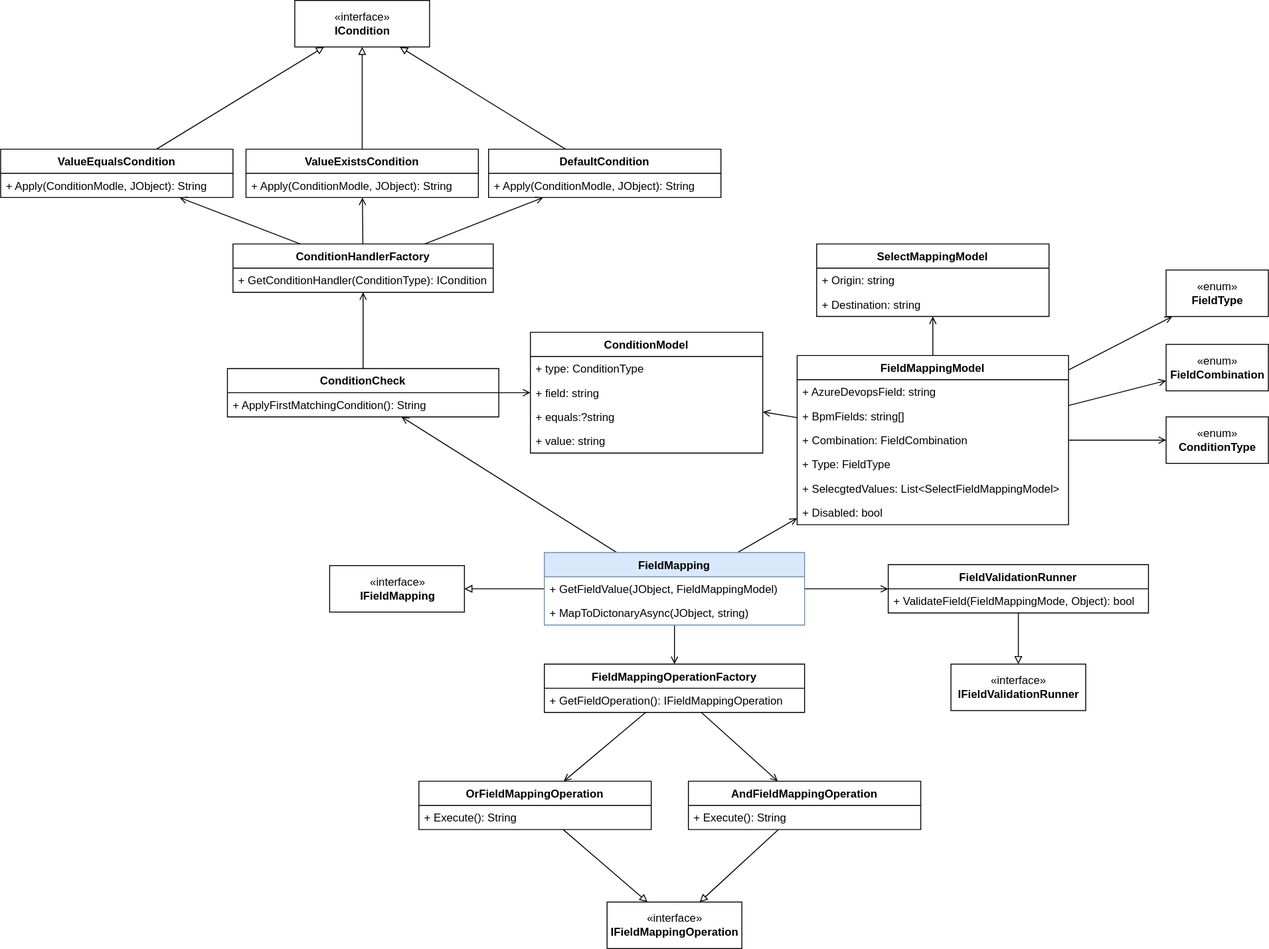
buhlergroup/data-mapper-dotnet keeps this draw.io diagram as docs/l4-code.dio.svg. Above is the earlier version. Source tidied: cells renumbered, new cells last; positions are measured from the earlier drawing's top-left corner, leaving out a move shared by most shapes. Source of this version:
```xml
<mxGraphModel>
  <root>
    <mxCell id="0" />
    <mxCell id="1" parent="0" />
    <mxCell id="2" value="«interface»&lt;br&gt;&lt;b&gt;IFieldMappingOperation&lt;/b&gt;" style="html=1;" parent="1" vertex="1">
      <mxGeometry x="652.5" y="970" width="145" height="50" as="geometry" />
    </mxCell>
    <mxCell id="3" style="edgeStyle=none;rounded=0;jettySize=auto;html=1;endArrow=open;endFill=0;" parent="1" edge="1" source="5" target="8">
      <mxGeometry relative="1" as="geometry" />
    </mxCell>
    <mxCell id="4" style="edgeStyle=none;rounded=0;jettySize=auto;html=1;endArrow=open;endFill=0;" parent="1" edge="1" source="5" target="11">
      <mxGeometry relative="1" as="geometry" />
    </mxCell>
    <mxCell id="5" value="FieldMappingOperationFactory" style="swimlane;fontStyle=1;align=center;verticalAlign=top;horizontal=1;startSize=26;" parent="1" vertex="1">
      <mxGeometry x="585" y="714" width="280" height="52" as="geometry" />
    </mxCell>
    <mxCell id="6" value="+ GetFieldOperation(): IFieldMappingOperation" style="text;strokeColor=none;fillColor=none;align=left;verticalAlign=top;spacingLeft=4;spacingRight=4;overflow=hidden;" parent="5" vertex="1">
      <mxGeometry y="26" width="280" height="26" as="geometry" />
    </mxCell>
    <mxCell id="7" style="rounded=0;jettySize=auto;html=1;endArrow=block;endFill=0;" parent="1" edge="1" source="8" target="2">
      <mxGeometry relative="1" as="geometry" />
    </mxCell>
    <mxCell id="8" value="AndFieldMappingOperation" style="swimlane;fontStyle=1;align=center;verticalAlign=top;horizontal=1;startSize=26;" parent="1" vertex="1">
      <mxGeometry x="740" y="840" width="250" height="52" as="geometry" />
    </mxCell>
    <mxCell id="9" value="+ Execute(): String" style="text;strokeColor=none;fillColor=none;align=left;verticalAlign=top;spacingLeft=4;spacingRight=4;overflow=hidden;" parent="8" vertex="1">
      <mxGeometry y="26" width="250" height="26" as="geometry" />
    </mxCell>
    <mxCell id="10" style="edgeStyle=none;rounded=0;jettySize=auto;html=1;endArrow=block;endFill=0;" parent="1" edge="1" source="11" target="2">
      <mxGeometry relative="1" as="geometry" />
    </mxCell>
    <mxCell id="11" value="OrFieldMappingOperation" style="swimlane;fontStyle=1;align=center;verticalAlign=top;horizontal=1;startSize=26;" parent="1" vertex="1">
      <mxGeometry x="450" y="840" width="250" height="52" as="geometry" />
    </mxCell>
    <mxCell id="12" value="+ Execute(): String" style="text;strokeColor=none;fillColor=none;align=left;verticalAlign=top;spacingLeft=4;spacingRight=4;overflow=hidden;" parent="11" vertex="1">
      <mxGeometry y="26" width="250" height="26" as="geometry" />
    </mxCell>
    <mxCell id="13" style="rounded=0;jettySize=auto;html=1;endArrow=block;endFill=0;" parent="1" edge="1" source="18" target="48">
      <mxGeometry relative="1" as="geometry" />
    </mxCell>
    <mxCell id="14" style="edgeStyle=none;rounded=0;jettySize=auto;html=1;endArrow=open;endFill=0;" parent="1" edge="1" source="18" target="5">
      <mxGeometry relative="1" as="geometry" />
    </mxCell>
    <mxCell id="15" style="edgeStyle=none;rounded=0;jettySize=auto;html=1;endArrow=open;endFill=0;" parent="1" edge="1" source="18" target="26">
      <mxGeometry relative="1" as="geometry" />
    </mxCell>
    <mxCell id="16" style="edgeStyle=none;rounded=0;jettySize=auto;html=1;endArrow=open;endFill=0;" parent="1" edge="1" source="18" target="45">
      <mxGeometry relative="1" as="geometry" />
    </mxCell>
    <mxCell id="17" style="edgeStyle=none;rounded=0;jettySize=auto;html=1;endArrow=open;endFill=0;" parent="1" edge="1" source="18" target="51">
      <mxGeometry relative="1" as="geometry" />
    </mxCell>
    <mxCell id="18" value="FieldMapping" style="swimlane;fontStyle=1;align=center;verticalAlign=top;horizontal=1;startSize=26;fillColor=#dae8fc;strokeColor=#6c8ebf;" parent="1" vertex="1">
      <mxGeometry x="585" y="594" width="280" height="78" as="geometry" />
    </mxCell>
    <mxCell id="19" value="+ GetFieldValue(JObject, FieldMappingModel)" style="text;strokeColor=none;fillColor=none;align=left;verticalAlign=top;spacingLeft=4;spacingRight=4;overflow=hidden;" parent="18" vertex="1">
      <mxGeometry y="26" width="280" height="26" as="geometry" />
    </mxCell>
    <mxCell id="20" value="+ MapToDictonaryAsync(JObject, string)" style="text;strokeColor=none;fillColor=none;align=left;verticalAlign=top;spacingLeft=4;spacingRight=4;overflow=hidden;" parent="18" vertex="1">
      <mxGeometry y="52" width="280" height="26" as="geometry" />
    </mxCell>
    <mxCell id="21" style="edgeStyle=none;rounded=0;jettySize=auto;html=1;endArrow=open;endFill=0;" parent="1" edge="1" source="26" target="36">
      <mxGeometry relative="1" as="geometry" />
    </mxCell>
    <mxCell id="22" style="edgeStyle=none;rounded=0;jettySize=auto;html=1;endArrow=open;endFill=0;" parent="1" edge="1" source="26" target="33">
      <mxGeometry relative="1" as="geometry" />
    </mxCell>
    <mxCell id="23" style="edgeStyle=none;rounded=0;jettySize=auto;html=1;endArrow=open;endFill=0;" parent="1" edge="1" source="26" target="43">
      <mxGeometry relative="1" as="geometry" />
    </mxCell>
    <mxCell id="24" style="edgeStyle=none;rounded=0;jettySize=auto;html=1;endArrow=open;endFill=0;" parent="1" edge="1" source="26" target="42">
      <mxGeometry relative="1" as="geometry" />
    </mxCell>
    <mxCell id="25" style="rounded=0;jettySize=auto;html=1;endArrow=open;endFill=0;" parent="1" edge="1" source="26" target="41">
      <mxGeometry relative="1" as="geometry" />
    </mxCell>
    <mxCell id="26" value="FieldMappingModel" style="swimlane;fontStyle=1;align=center;verticalAlign=top;horizontal=1;startSize=26;" parent="1" vertex="1">
      <mxGeometry x="857" y="382" width="292" height="182" as="geometry" />
    </mxCell>
    <mxCell id="27" value="+ AzureDevopsField: string" style="text;strokeColor=none;fillColor=none;align=left;verticalAlign=top;spacingLeft=4;spacingRight=4;overflow=hidden;" parent="26" vertex="1">
      <mxGeometry y="26" width="292" height="26" as="geometry" />
    </mxCell>
    <mxCell id="28" value="+ BpmFields: string[]" style="text;strokeColor=none;fillColor=none;align=left;verticalAlign=top;spacingLeft=4;spacingRight=4;overflow=hidden;" parent="26" vertex="1">
      <mxGeometry y="52" width="292" height="26" as="geometry" />
    </mxCell>
    <mxCell id="29" value="+ Combination: FieldCombination" style="text;strokeColor=none;fillColor=none;align=left;verticalAlign=top;spacingLeft=4;spacingRight=4;overflow=hidden;" parent="26" vertex="1">
      <mxGeometry y="78" width="292" height="26" as="geometry" />
    </mxCell>
    <mxCell id="30" value="+ Type: FieldType" style="text;strokeColor=none;fillColor=none;align=left;verticalAlign=top;spacingLeft=4;spacingRight=4;overflow=hidden;" parent="26" vertex="1">
      <mxGeometry y="104" width="292" height="26" as="geometry" />
    </mxCell>
    <mxCell id="31" value="+ SelecgtedValues: List&lt;SelectFieldMappingModel&gt;" style="text;strokeColor=none;fillColor=none;align=left;verticalAlign=top;spacingLeft=4;spacingRight=4;overflow=hidden;" parent="26" vertex="1">
      <mxGeometry y="130" width="292" height="26" as="geometry" />
    </mxCell>
    <mxCell id="32" value="+ Disabled: bool" style="text;strokeColor=none;fillColor=none;align=left;verticalAlign=top;spacingLeft=4;spacingRight=4;overflow=hidden;" parent="26" vertex="1">
      <mxGeometry y="156" width="292" height="26" as="geometry" />
    </mxCell>
    <mxCell id="33" value="SelectMappingModel" style="swimlane;fontStyle=1;align=center;verticalAlign=top;horizontal=1;startSize=26;" parent="1" vertex="1">
      <mxGeometry x="878" y="262" width="250" height="78" as="geometry" />
    </mxCell>
    <mxCell id="34" value="+ Origin: string" style="text;strokeColor=none;fillColor=none;align=left;verticalAlign=top;spacingLeft=4;spacingRight=4;overflow=hidden;" parent="33" vertex="1">
      <mxGeometry y="26" width="250" height="26" as="geometry" />
    </mxCell>
    <mxCell id="35" value="+ Destination: string" style="text;strokeColor=none;fillColor=none;align=left;verticalAlign=top;spacingLeft=4;spacingRight=4;overflow=hidden;" parent="33" vertex="1">
      <mxGeometry y="52" width="250" height="26" as="geometry" />
    </mxCell>
    <mxCell id="36" value="ConditionModel" style="swimlane;fontStyle=1;align=center;verticalAlign=top;horizontal=1;startSize=26;" parent="1" vertex="1">
      <mxGeometry x="570" y="357" width="250" height="130" as="geometry" />
    </mxCell>
    <mxCell id="37" value="+ type: ConditionType" style="text;strokeColor=none;fillColor=none;align=left;verticalAlign=top;spacingLeft=4;spacingRight=4;overflow=hidden;" parent="36" vertex="1">
      <mxGeometry y="26" width="250" height="26" as="geometry" />
    </mxCell>
    <mxCell id="38" value="+ field: string" style="text;strokeColor=none;fillColor=none;align=left;verticalAlign=top;spacingLeft=4;spacingRight=4;overflow=hidden;" parent="36" vertex="1">
      <mxGeometry y="52" width="250" height="26" as="geometry" />
    </mxCell>
    <mxCell id="39" value="+ equals:?string" style="text;strokeColor=none;fillColor=none;align=left;verticalAlign=top;spacingLeft=4;spacingRight=4;overflow=hidden;" parent="36" vertex="1">
      <mxGeometry y="78" width="250" height="26" as="geometry" />
    </mxCell>
    <mxCell id="40" value="+ value: string" style="text;strokeColor=none;fillColor=none;align=left;verticalAlign=top;spacingLeft=4;spacingRight=4;overflow=hidden;" parent="36" vertex="1">
      <mxGeometry y="104" width="250" height="26" as="geometry" />
    </mxCell>
    <mxCell id="41" value="«enum»&lt;br&gt;&lt;b&gt;FieldType&lt;/b&gt;" style="html=1;" parent="1" vertex="1">
      <mxGeometry x="1254" y="290" width="110" height="50" as="geometry" />
    </mxCell>
    <mxCell id="42" value="«enum»&lt;br&gt;&lt;b&gt;FieldCombination&lt;/b&gt;" style="html=1;" parent="1" vertex="1">
      <mxGeometry x="1254" y="370" width="110" height="50" as="geometry" />
    </mxCell>
    <mxCell id="43" value="«enum»&lt;br&gt;&lt;b&gt;ConditionType&lt;/b&gt;" style="html=1;" parent="1" vertex="1">
      <mxGeometry x="1254" y="448" width="110" height="50" as="geometry" />
    </mxCell>
    <mxCell id="44" style="edgeStyle=none;rounded=0;jettySize=auto;html=1;endArrow=block;endFill=0;" parent="1" edge="1" source="45" target="47">
      <mxGeometry relative="1" as="geometry" />
    </mxCell>
    <mxCell id="45" value="FieldValidationRunner" style="swimlane;fontStyle=1;align=center;verticalAlign=top;horizontal=1;startSize=26;" parent="1" vertex="1">
      <mxGeometry x="955" y="607" width="280" height="52" as="geometry" />
    </mxCell>
    <mxCell id="46" value="+ ValidateField(FieldMappingMode, Object): bool" style="text;strokeColor=none;fillColor=none;align=left;verticalAlign=top;spacingLeft=4;spacingRight=4;overflow=hidden;" parent="45" vertex="1">
      <mxGeometry y="26" width="280" height="26" as="geometry" />
    </mxCell>
    <mxCell id="47" value="«interface»&lt;br&gt;&lt;b&gt;IFieldValidationRunner&lt;/b&gt;" style="html=1;" parent="1" vertex="1">
      <mxGeometry x="1022.5" y="714" width="145" height="50" as="geometry" />
    </mxCell>
    <mxCell id="48" value="«interface»&lt;br&gt;&lt;b&gt;IFieldMapping&lt;/b&gt;" style="html=1;" parent="1" vertex="1">
      <mxGeometry x="354" y="608" width="145" height="50" as="geometry" />
    </mxCell>
    <mxCell id="49" style="rounded=0;jettySize=auto;html=1;endArrow=open;endFill=0;" parent="1" edge="1" source="51" target="36">
      <mxGeometry relative="1" as="geometry" />
    </mxCell>
    <mxCell id="50" style="edgeStyle=none;rounded=0;jettySize=auto;html=1;endArrow=open;endFill=0;" parent="1" edge="1" source="51" target="56">
      <mxGeometry relative="1" as="geometry" />
    </mxCell>
    <mxCell id="51" value="ConditionCheck" style="swimlane;fontStyle=1;align=center;verticalAlign=top;horizontal=1;startSize=26;" parent="1" vertex="1">
      <mxGeometry x="244" y="396" width="292" height="52" as="geometry" />
    </mxCell>
    <mxCell id="52" value="+ ApplyFirstMatchingCondition(): String" style="text;strokeColor=none;fillColor=none;align=left;verticalAlign=top;spacingLeft=4;spacingRight=4;overflow=hidden;" parent="51" vertex="1">
      <mxGeometry y="26" width="292" height="26" as="geometry" />
    </mxCell>
    <mxCell id="53" style="edgeStyle=none;rounded=0;jettySize=auto;html=1;endArrow=open;endFill=0;" parent="1" edge="1" source="56" target="60">
      <mxGeometry relative="1" as="geometry" />
    </mxCell>
    <mxCell id="54" style="edgeStyle=none;rounded=0;jettySize=auto;html=1;endArrow=open;endFill=0;" parent="1" edge="1" source="56" target="63">
      <mxGeometry relative="1" as="geometry" />
    </mxCell>
    <mxCell id="55" style="edgeStyle=none;rounded=0;jettySize=auto;html=1;endArrow=open;endFill=0;" parent="1" edge="1" source="56" target="66">
      <mxGeometry relative="1" as="geometry" />
    </mxCell>
    <mxCell id="56" value="ConditionHandlerFactory" style="swimlane;fontStyle=1;align=center;verticalAlign=top;horizontal=1;startSize=26;" parent="1" vertex="1">
      <mxGeometry x="250" y="262" width="280" height="52" as="geometry" />
    </mxCell>
    <mxCell id="57" value="+ GetConditionHandler(ConditionType): ICondition" style="text;strokeColor=none;fillColor=none;align=left;verticalAlign=top;spacingLeft=4;spacingRight=4;overflow=hidden;" parent="56" vertex="1">
      <mxGeometry y="26" width="280" height="26" as="geometry" />
    </mxCell>
    <mxCell id="58" value="«interface»&lt;br&gt;&lt;b&gt;ICondition&lt;/b&gt;" style="html=1;" parent="1" vertex="1">
      <mxGeometry x="316.5" width="145" height="50" as="geometry" />
    </mxCell>
    <mxCell id="59" style="rounded=0;jettySize=auto;html=1;endArrow=block;endFill=0;" parent="1" edge="1" source="60" target="58">
      <mxGeometry relative="1" as="geometry" />
    </mxCell>
    <mxCell id="60" value="ValueEqualsCondition" style="swimlane;fontStyle=1;align=center;verticalAlign=top;horizontal=1;startSize=26;" parent="1" vertex="1">
      <mxGeometry y="160" width="250" height="52" as="geometry" />
    </mxCell>
    <mxCell id="61" value="+ Apply(ConditionModle, JObject): String" style="text;strokeColor=none;fillColor=none;align=left;verticalAlign=top;spacingLeft=4;spacingRight=4;overflow=hidden;" parent="60" vertex="1">
      <mxGeometry y="26" width="250" height="26" as="geometry" />
    </mxCell>
    <mxCell id="62" style="edgeStyle=none;rounded=0;jettySize=auto;html=1;endArrow=block;endFill=0;" parent="1" edge="1" source="63" target="58">
      <mxGeometry relative="1" as="geometry" />
    </mxCell>
    <mxCell id="63" value="ValueExistsCondition" style="swimlane;fontStyle=1;align=center;verticalAlign=top;horizontal=1;startSize=26;" parent="1" vertex="1">
      <mxGeometry x="264" y="160" width="250" height="52" as="geometry" />
    </mxCell>
    <mxCell id="64" value="+ Apply(ConditionModle, JObject): String" style="text;strokeColor=none;fillColor=none;align=left;verticalAlign=top;spacingLeft=4;spacingRight=4;overflow=hidden;" parent="63" vertex="1">
      <mxGeometry y="26" width="250" height="26" as="geometry" />
    </mxCell>
    <mxCell id="65" style="edgeStyle=none;rounded=0;jettySize=auto;html=1;endArrow=block;endFill=0;" parent="1" edge="1" source="66" target="58">
      <mxGeometry relative="1" as="geometry" />
    </mxCell>
    <mxCell id="66" value="DefaultCondition" style="swimlane;fontStyle=1;align=center;verticalAlign=top;horizontal=1;startSize=26;" parent="1" vertex="1">
      <mxGeometry x="525" y="160" width="250" height="52" as="geometry" />
    </mxCell>
    <mxCell id="67" value="+ Apply(ConditionModle, JObject): String" style="text;strokeColor=none;fillColor=none;align=left;verticalAlign=top;spacingLeft=4;spacingRight=4;overflow=hidden;" parent="66" vertex="1">
      <mxGeometry y="26" width="250" height="26" as="geometry" />
    </mxCell>
  </root>
</mxGraphModel>
```
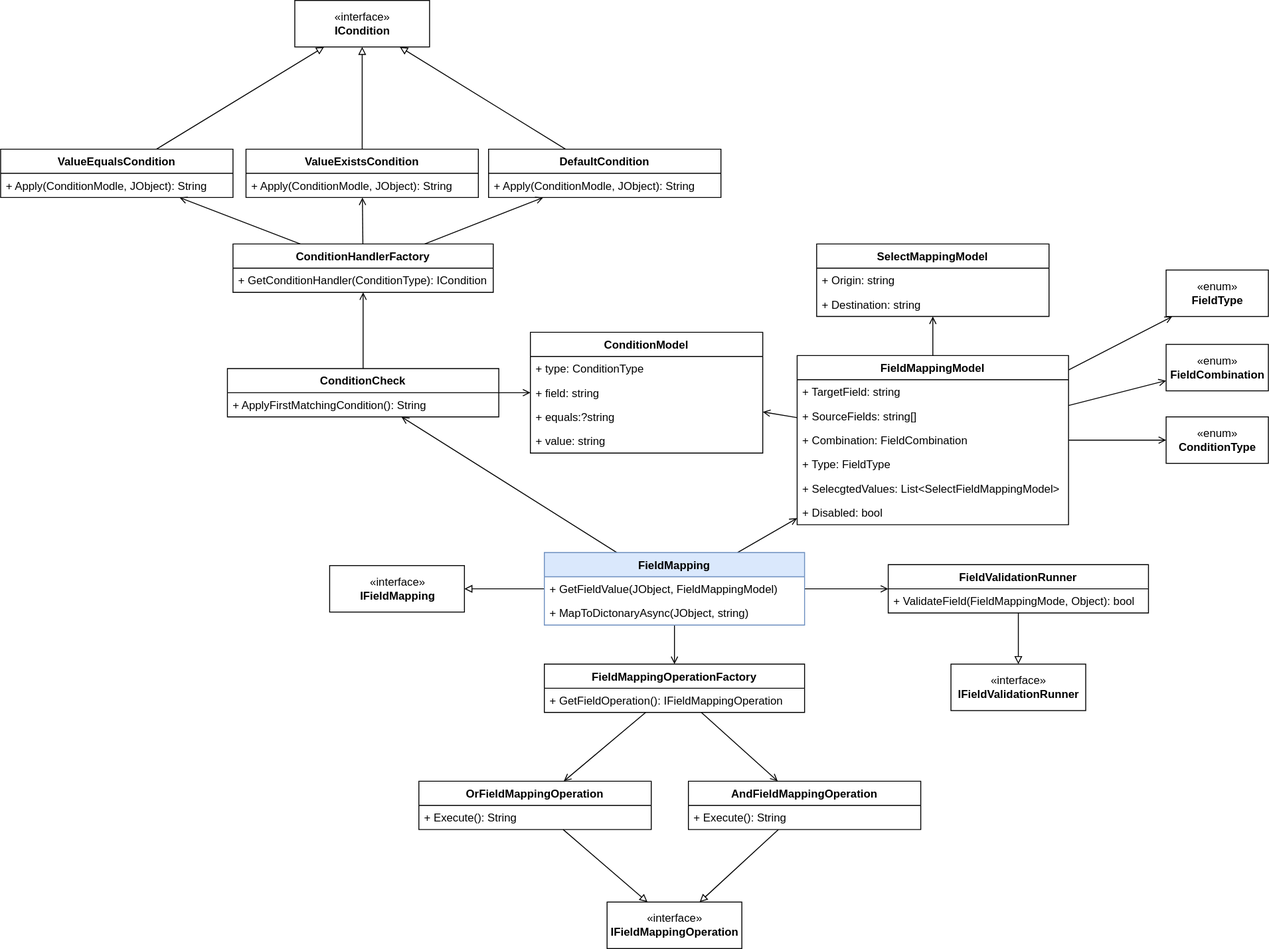
Later version of the same file.

The edit, as a diff of the source:
```diff
@@ -77,10 +77,10 @@
     <mxCell id="26" value="FieldMappingModel" style="swimlane;fontStyle=1;align=center;verticalAlign=top;horizontal=1;startSize=26;" parent="1" vertex="1">
       <mxGeometry x="857" y="382" width="292" height="182" as="geometry" />
     </mxCell>
-    <mxCell id="27" value="+ AzureDevopsField: string" style="text;strokeColor=none;fillColor=none;align=left;verticalAlign=top;spacingLeft=4;spacingRight=4;overflow=hidden;" parent="26" vertex="1">
+    <mxCell id="27" value="+ TargetField: string" style="text;strokeColor=none;fillColor=none;align=left;verticalAlign=top;spacingLeft=4;spacingRight=4;overflow=hidden;" parent="26" vertex="1">
       <mxGeometry y="26" width="292" height="26" as="geometry" />
     </mxCell>
-    <mxCell id="28" value="+ BpmFields: string[]" style="text;strokeColor=none;fillColor=none;align=left;verticalAlign=top;spacingLeft=4;spacingRight=4;overflow=hidden;" parent="26" vertex="1">
+    <mxCell id="28" value="+ SourceFields: string[]" style="text;strokeColor=none;fillColor=none;align=left;verticalAlign=top;spacingLeft=4;spacingRight=4;overflow=hidden;" parent="26" vertex="1">
       <mxGeometry y="52" width="292" height="26" as="geometry" />
     </mxCell>
     <mxCell id="29" value="+ Combination: FieldCombination" style="text;strokeColor=none;fillColor=none;align=left;verticalAlign=top;spacingLeft=4;spacingRight=4;overflow=hidden;" parent="26" vertex="1">
```
